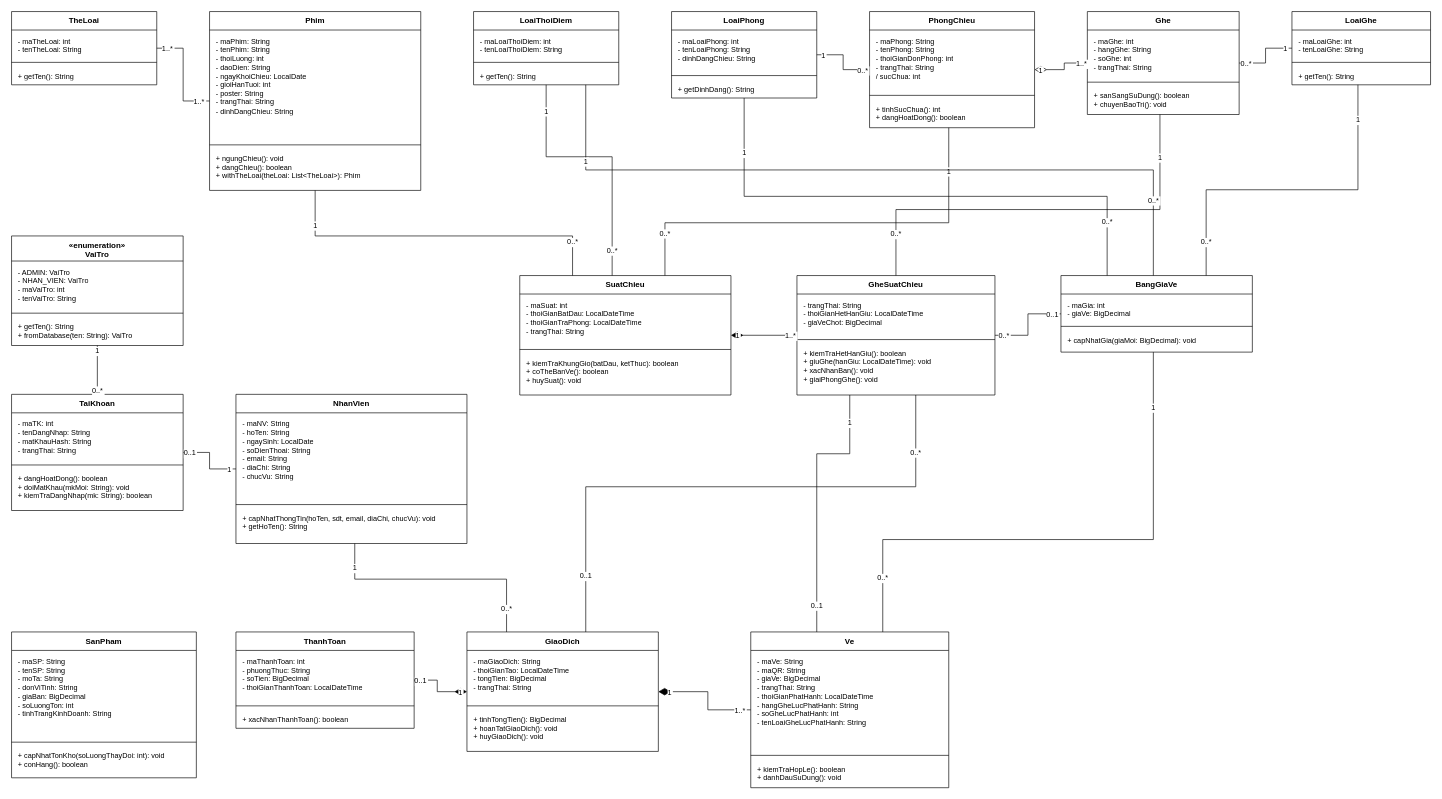
The draw.io diagram page "SoDoLop_PhanTich" (1 of 2) of docs/SoDoLop_RapChieuPhim.drawio in ThanhDat-png/OOAD-ManagerCinema, before the edit. Source tidied: cells renumbered, new cells numbered last; positions are measured from the earlier drawing's top-left corner, leaving out a move shared by most shapes. Both pictures are drawn from the tidied source at 66%, with x=0, y=0 at pixel (11, 11).
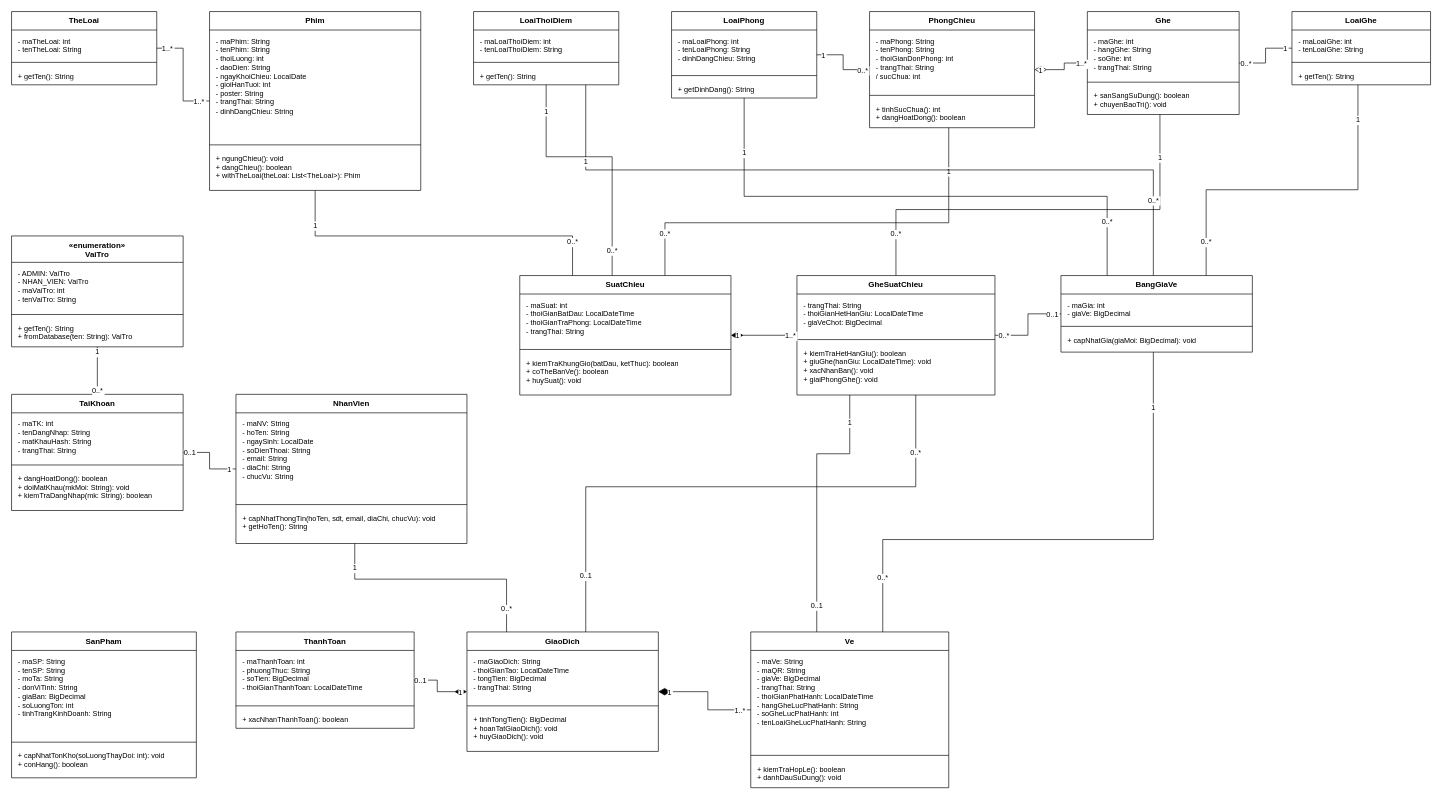
Above is the later version.

Diff of the diagram source:
```diff
@@
-    <mxCell id="30" value="«enumeration»&#10;VaiTro" style="swimlane;fontStyle=1;align=center;verticalAlign=top;horizontal=1;startSize=38;html=0;whiteSpace=wrap;rounded=0;fillColor=#FFFFFF;strokeColor=#000000;strokeWidth=1;fontSize=12;fontColor=#000000;" parent="1" vertex="1">
-      <mxGeometry y="340" width="260" height="166" as="geometry" />
+    <mxCell id="30" value="«enumeration»&#10;VaiTro" style="swimlane;fontStyle=1;align=center;verticalAlign=top;horizontal=1;startSize=40;html=0;whiteSpace=wrap;rounded=0;fillColor=#FFFFFF;strokeColor=#000000;strokeWidth=1;fontSize=12;fontColor=#000000;" parent="1" vertex="1">
+      <mxGeometry y="340" width="260" height="168" as="geometry" />
     </mxCell>
     <mxCell id="31" value="- ADMIN: VaiTro&#10;- NHAN_VIEN: VaiTro&#10;- maVaiTro: int&#10;- tenVaiTro: String" style="text;strokeColor=none;fillColor=none;align=left;verticalAlign=top;spacingLeft=8;spacingRight=8;spacingTop=4;spacingBottom=4;overflow=hidden;whiteSpace=wrap;html=0;fontSize=11;fontColor=#000000;" parent="30" vertex="1">
-      <mxGeometry y="38" width="260" height="75" as="geometry" />
+      <mxGeometry y="40" width="260" height="75" as="geometry" />
     </mxCell>
     <mxCell id="32" style="line;strokeWidth=1;fillColor=none;align=left;verticalAlign=middle;spacingTop=-1;spacingLeft=3;spacingRight=3;labelPosition=right;strokeColor=#000000;" parent="30" vertex="1">
-      <mxGeometry y="113" width="260" height="8" as="geometry" />
+      <mxGeometry y="115" width="260" height="8" as="geometry" />
     </mxCell>
     <mxCell id="33" value="+ getTen(): String&#10;+ fromDatabase(ten: String): VaiTro" style="text;strokeColor=none;fillColor=none;align=left;verticalAlign=top;spacingLeft=8;spacingRight=8;spacingTop=4;spacingBottom=4;overflow=hidden;whiteSpace=wrap;html=0;fontSize=11;fontColor=#000000;" parent="30" vertex="1">
-      <mxGeometry y="121" width="260" height="45" as="geometry" />
+      <mxGeometry y="123" width="260" height="45" as="geometry" />
     </mxCell>
```
